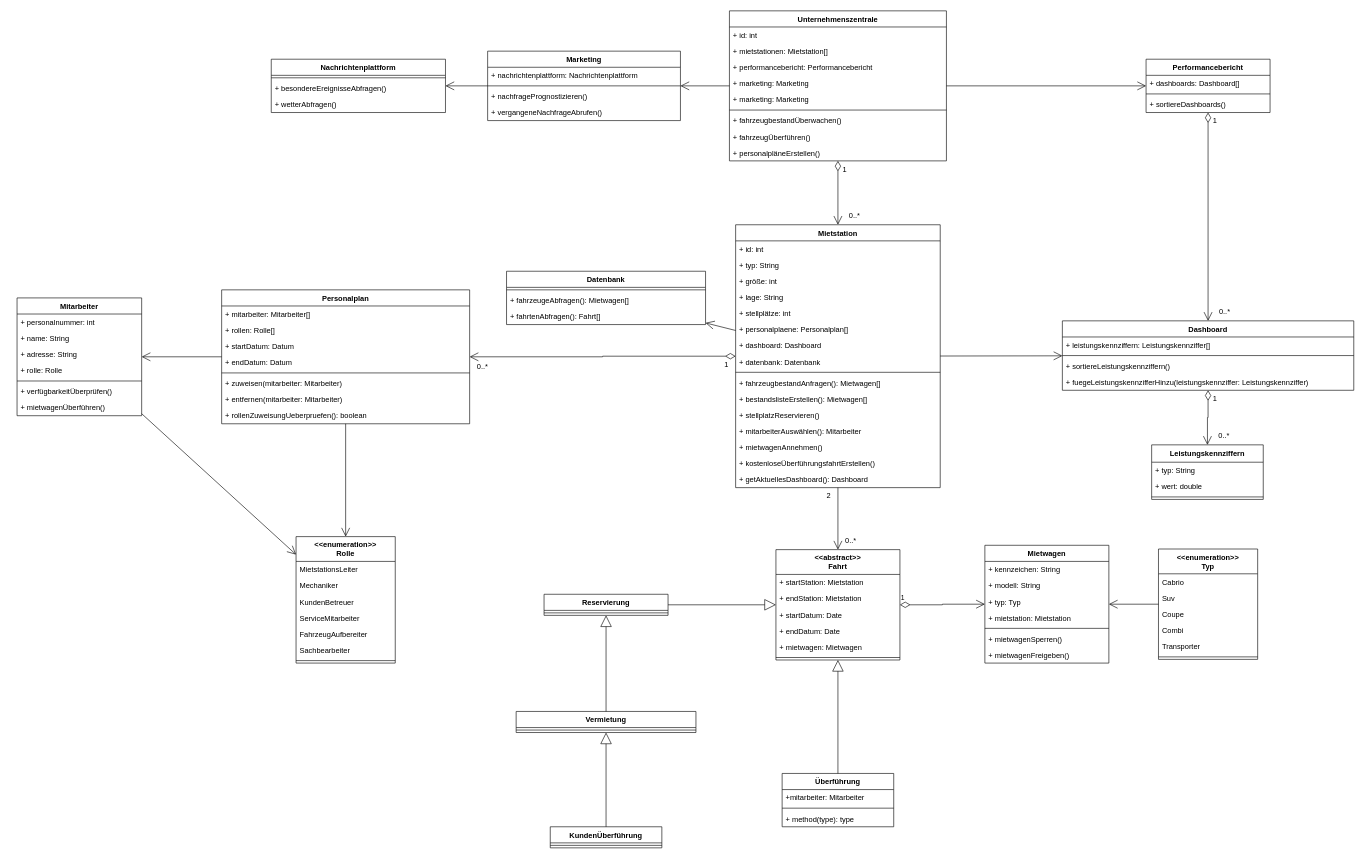
The draw.io diagram E - Allgemeine Verwaltung/E0 - Klassendiagramm.drawio in DlieBG/car_rental, before the edit. Source tidied: cells renumbered, new cells numbered last; positions are measured from the earlier drawing's top-left corner, leaving out a move shared by most shapes. Both pictures are drawn from the tidied source at 62%, with x=0, y=0 at pixel (17, 11).
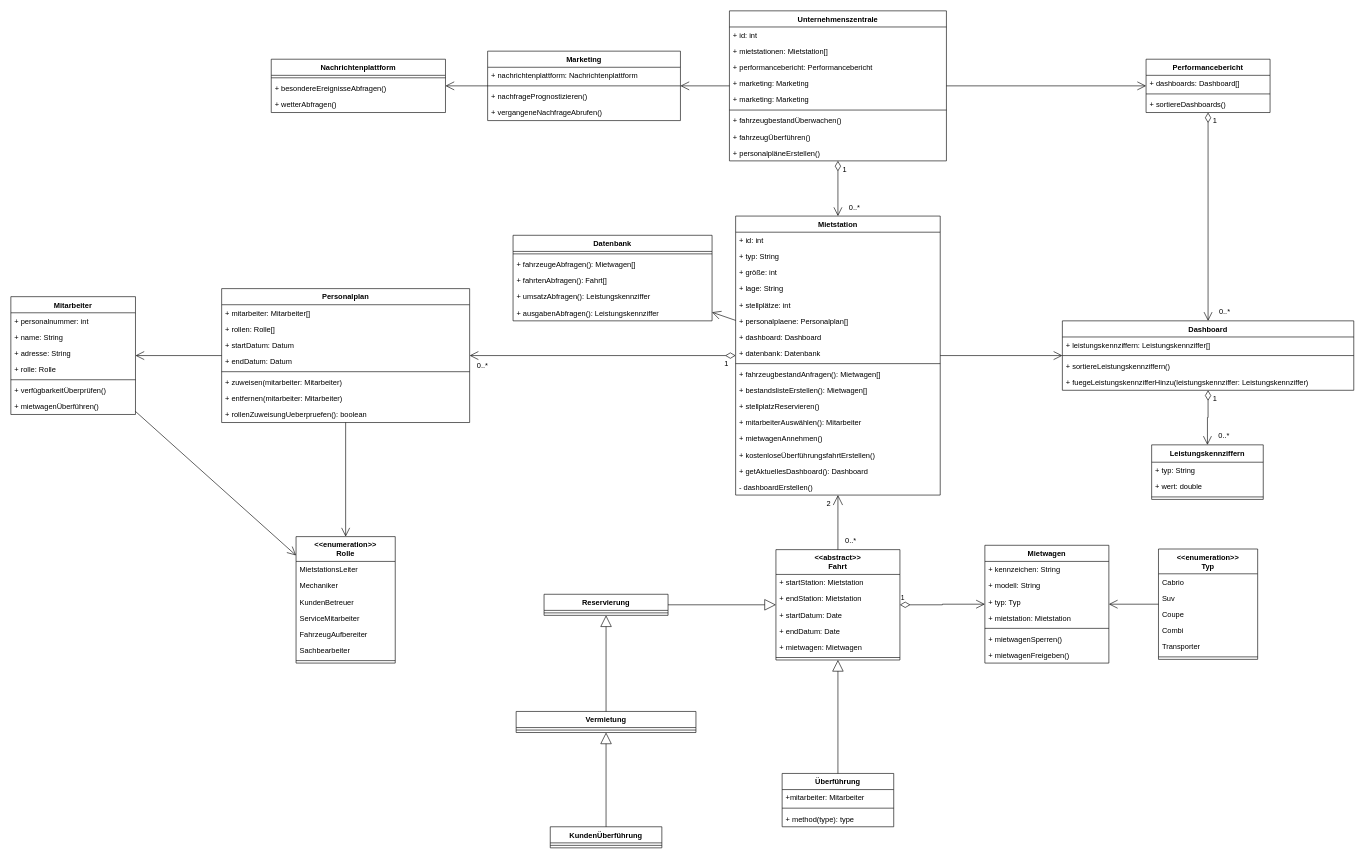
The same page after the edit.

Unchanged cells that the change refers to:
```xml
<mxCell id="108" value="&lt;&lt;abstract&gt;&gt;&#10;Fahrt&#10;" style="swimlane;fontStyle=1;align=center;verticalAlign=top;horizontal=1;startSize=40;fontSize=12;" parent="1" vertex="1">
  <mxGeometry x="1224" y="869" width="200" height="178" as="geometry" />
</mxCell>
```

What changed in the source:
```diff
@@
     <mxCell id="2" value="Mietstation" style="swimlane;fontStyle=1;align=center;verticalAlign=top;horizontal=1;startSize=26;" parent="1" vertex="1">
-      <mxGeometry x="1159" y="345" width="330" height="424" as="geometry" />
+      <mxGeometry x="1159" y="331" width="330" height="450" as="geometry" />
     </mxCell>
@@
+    <mxCell id="141" value="- dashboardErstellen()" style="text;strokeColor=none;fillColor=none;align=left;verticalAlign=top;spacingLeft=4;spacingRight=4;overflow=hidden;" parent="2" vertex="1">
+      <mxGeometry y="424" width="330" height="26" as="geometry" />
+    </mxCell>
@@
     <mxCell id="46" value="Mitarbeiter" style="swimlane;fontStyle=1;align=center;verticalAlign=top;horizontal=1;startSize=26;" parent="1" vertex="1">
-      <mxGeometry y="463" width="201" height="190" as="geometry" />
+      <mxGeometry x="-10" y="461" width="201" height="190" as="geometry" />
     </mxCell>
@@
     <mxCell id="70" value="Personalplan" style="swimlane;fontStyle=1;align=center;verticalAlign=top;horizontal=1;startSize=26;" parent="1" vertex="1">
-      <mxGeometry x="330" y="450" width="400" height="216" as="geometry" />
+      <mxGeometry x="330" y="448" width="400" height="216" as="geometry" />
     </mxCell>
@@
-    <mxCell id="121" style="endArrow=open;html=1;endSize=12;startArrow=none;startSize=14;startFill=0;edgeStyle=orthogonalEdgeStyle;rounded=0;fontSize=12;" parent="1" edge="1" source="2" target="108">
+    <mxCell id="121" style="endArrow=none;html=1;endSize=12;startArrow=open;startSize=14;startFill=0;edgeStyle=orthogonalEdgeStyle;rounded=0;fontSize=12;endFill=0;" parent="1" edge="1" source="2" target="108">
       <mxGeometry relative="1" as="geometry" />
     </mxCell>
@@
     <mxCell id="130" value="Datenbank" style="swimlane;fontStyle=1;align=center;verticalAlign=top;horizontal=1;startSize=26;" parent="1" vertex="1">
-      <mxGeometry x="789.5" y="420" width="321" height="86" as="geometry" />
+      <mxGeometry x="800" y="362" width="321" height="138" as="geometry" />
     </mxCell>
@@
+    <mxCell id="142" value="+ umsatzAbfragen(): Leistungskennziffer" style="text;strokeColor=none;fillColor=none;align=left;verticalAlign=top;spacingLeft=4;spacingRight=4;overflow=hidden;" parent="130" vertex="1">
+      <mxGeometry y="86" width="321" height="26" as="geometry" />
+    </mxCell>
+    <mxCell id="143" value="+ ausgabenAbfragen(): Leistungskennziffer" style="text;strokeColor=none;fillColor=none;align=left;verticalAlign=top;spacingLeft=4;spacingRight=4;overflow=hidden;" parent="130" vertex="1">
+      <mxGeometry y="112" width="321" height="26" as="geometry" />
+    </mxCell>
```
